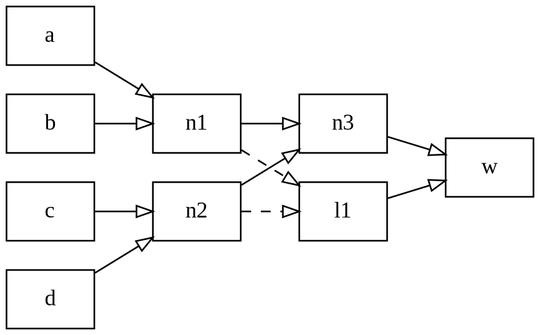
Earlier version of the Graphviz export double-elim.png (computations/phylourny-paper). Its source is kept beside it as double-elim.dot.
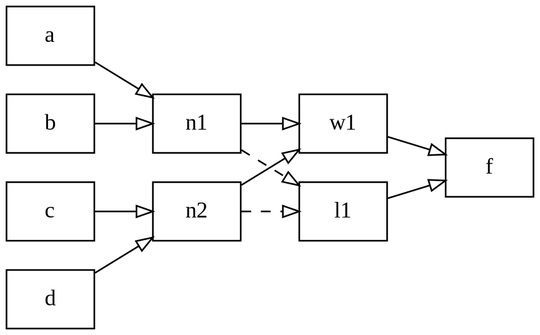
The same file after the commit.

What changed in the source:
```diff
@@ -16,13 +16,13 @@
 c -> n2;
 d -> n2;
 
-n2 -> n3;
-n1 -> n3;
+n2 -> w1;
+n1 -> w1;
 
 n1 -> l1 [style=dashed];
 n2 -> l1 [style=dashed];
 
-n3 -> w;
-l1 -> w;
+w1 -> f;
+l1 -> f;
 
 }
```
